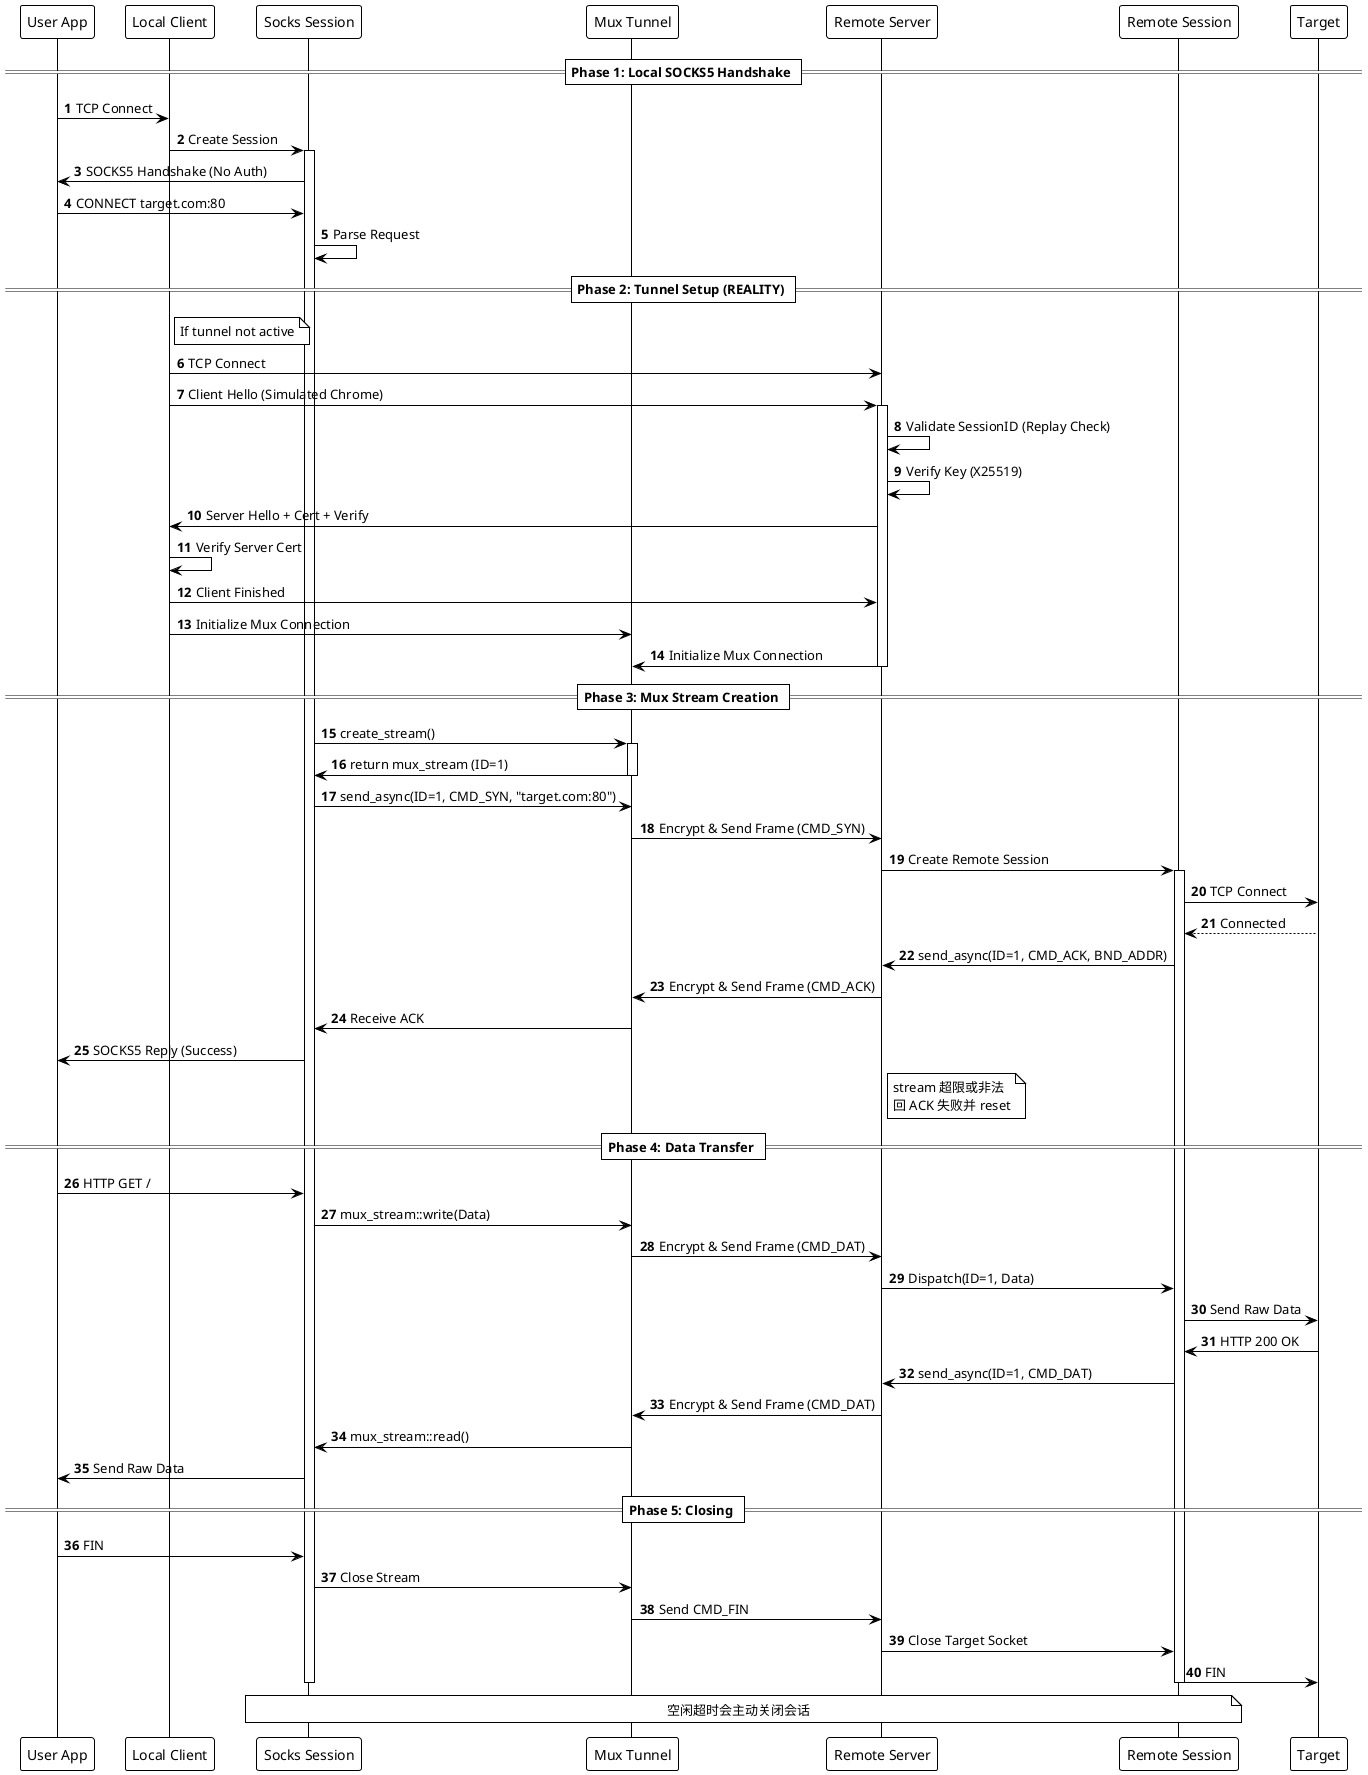
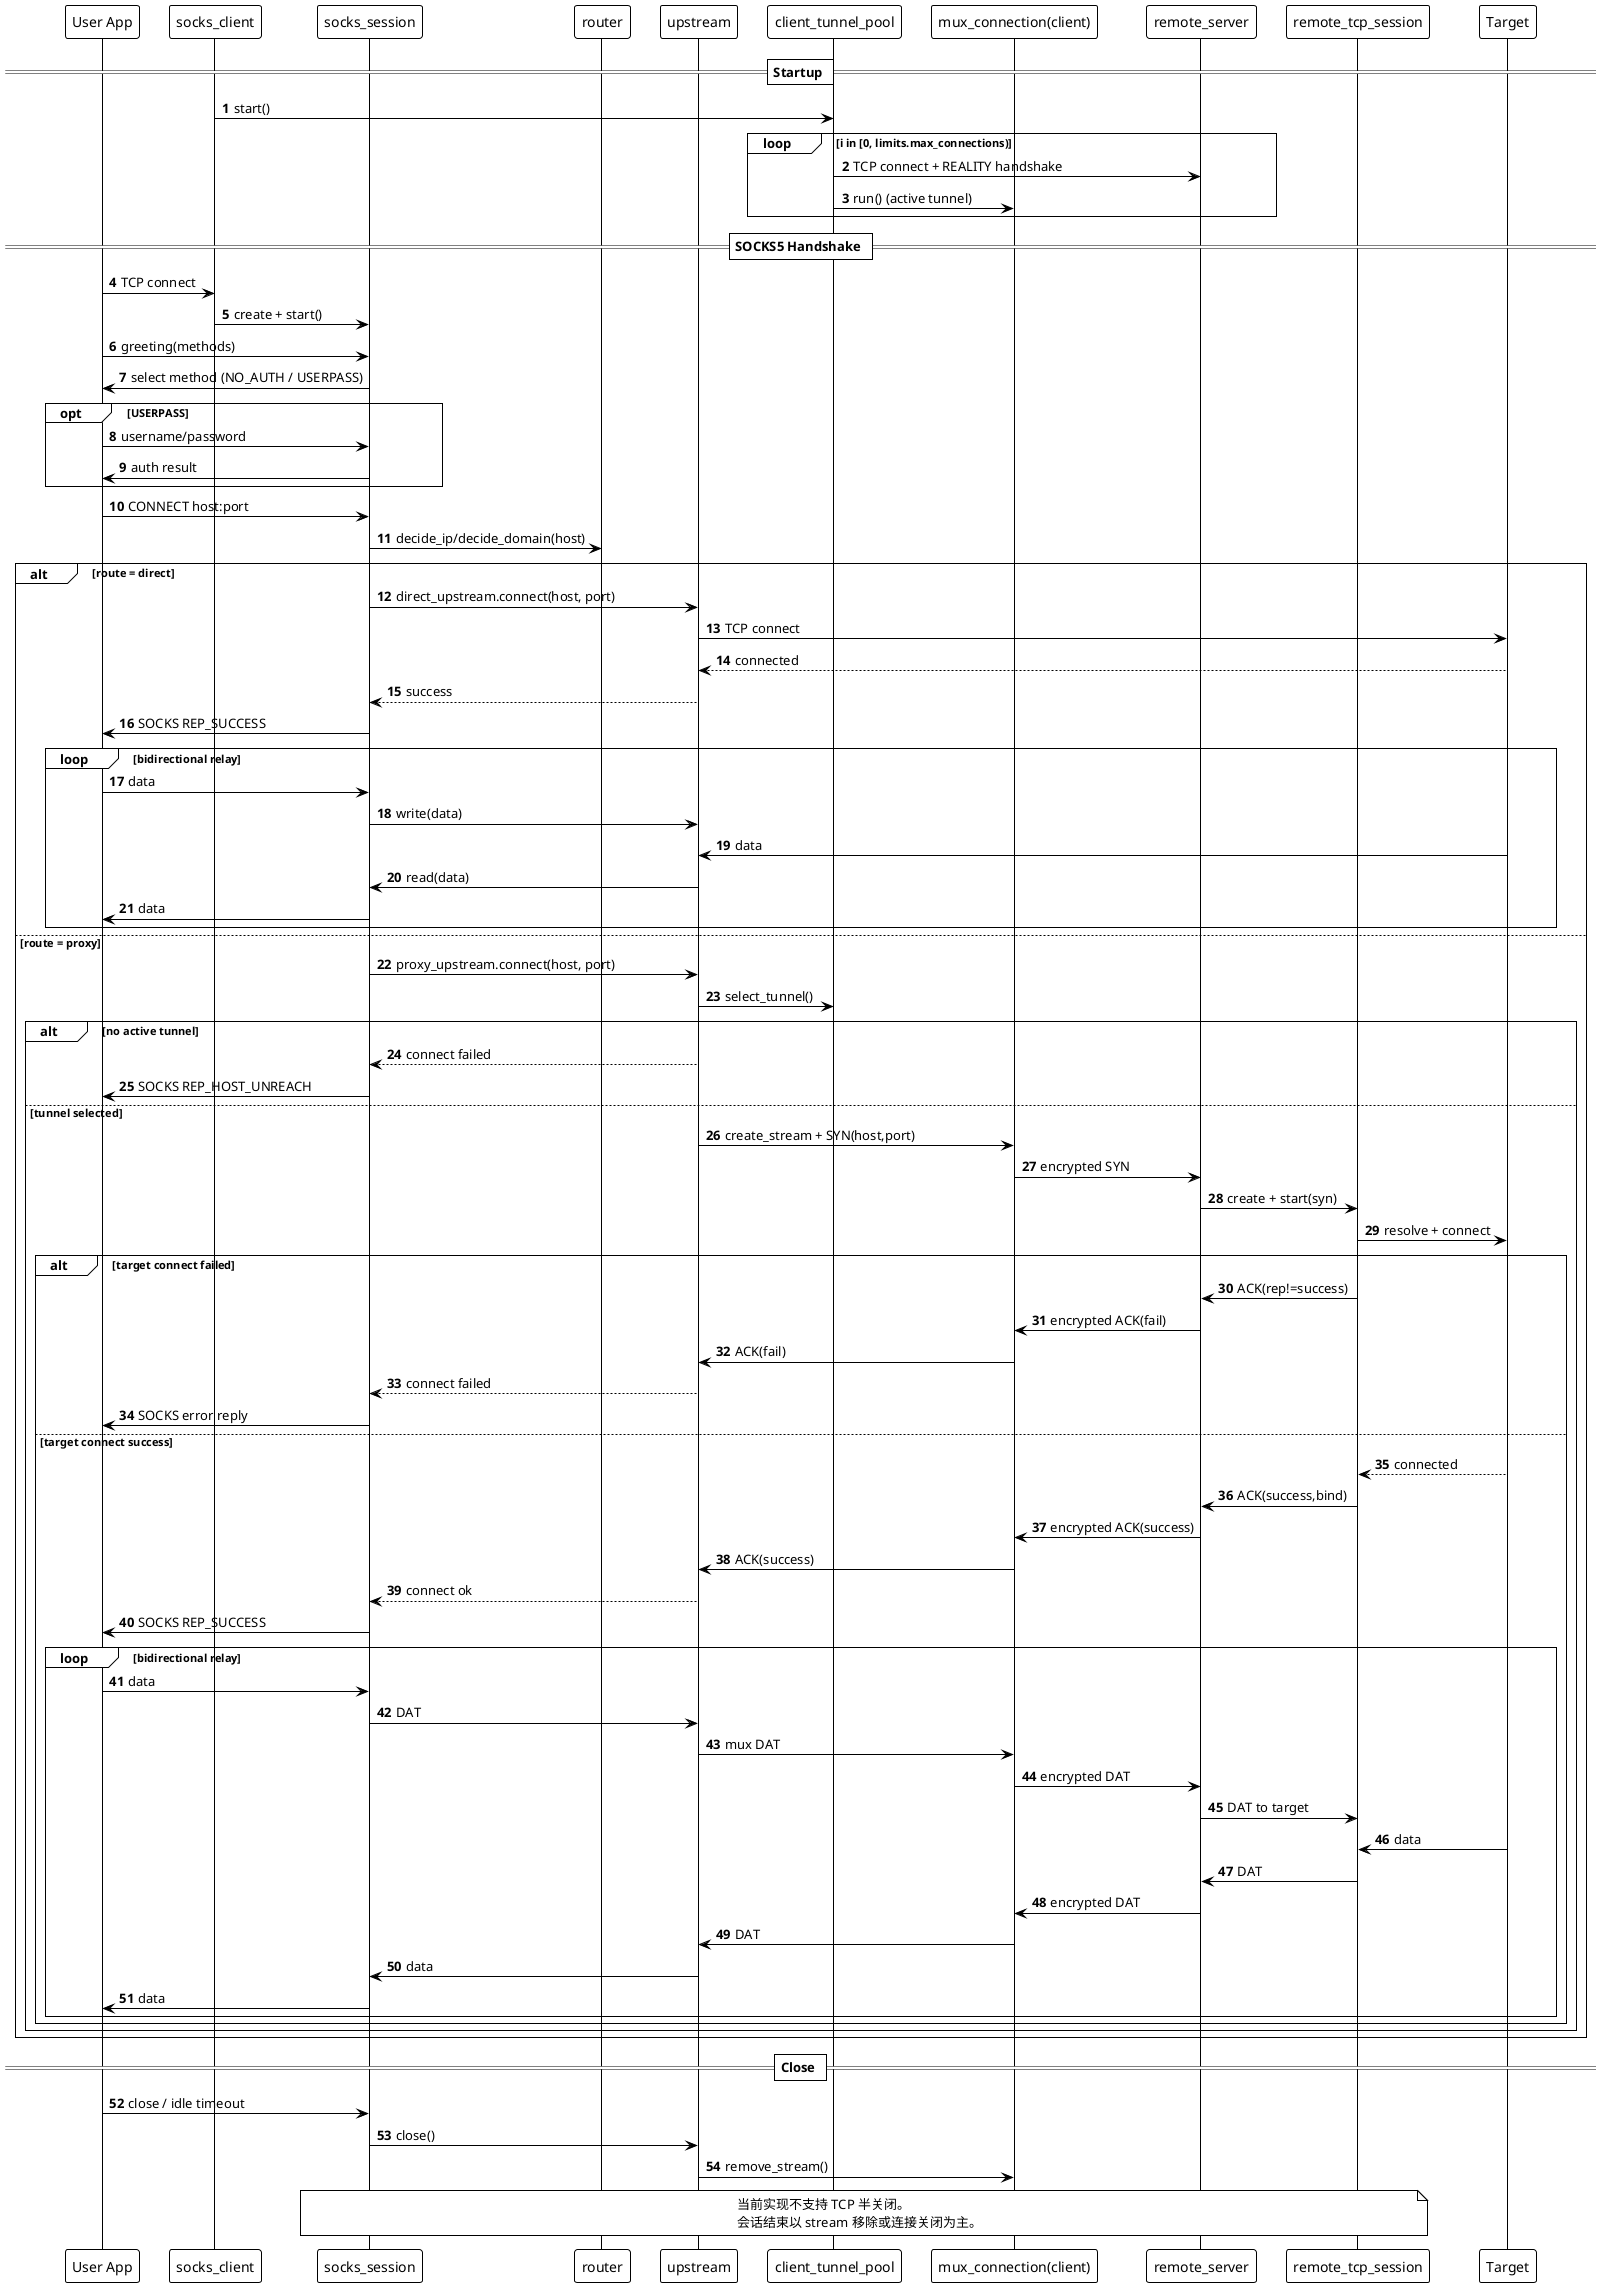
@startuml
!theme plain
autonumber

participant "User App" as App
- participant "Local Client" as LocalClient
- participant "Socks Session" as Socks
- participant "Mux Tunnel" as Tunnel
- participant "Remote Server" as Server
- participant "Remote Session" as Remote
+ participant "socks_client" as SocksClient
+ participant "socks_session" as SocksSession
+ participant "router" as Router
+ participant "upstream" as Upstream
+ participant "client_tunnel_pool" as TunnelPool
+ participant "mux_connection(client)" as ClientMux
+ participant "remote_server" as RemoteServer
+ participant "remote_tcp_session" as RemoteTcp
participant "Target" as Target

- == Phase 1: Local SOCKS5 Handshake ==
- App -> LocalClient: TCP Connect
- LocalClient -> Socks: Create Session
- activate Socks
- Socks -> App: SOCKS5 Handshake (No Auth)
- App -> Socks: CONNECT target.com:80
- Socks -> Socks: Parse Request
+ == Startup ==
+ SocksClient -> TunnelPool: start()
+ loop i in [0, limits.max_connections)
+   TunnelPool -> RemoteServer: TCP connect + REALITY handshake
+   TunnelPool -> ClientMux: run() (active tunnel)
+ end

- == Phase 2: Tunnel Setup (REALITY) ==
- note right of LocalClient: If tunnel not active
- LocalClient -> Server: TCP Connect
- LocalClient -> Server: Client Hello (Simulated Chrome)
- activate Server
- Server -> Server: Validate SessionID (Replay Check)
- Server -> Server: Verify Key (X25519)
- Server -> LocalClient: Server Hello + Cert + Verify
- LocalClient -> LocalClient: Verify Server Cert
- LocalClient -> Server: Client Finished
- LocalClient -> Tunnel: Initialize Mux Connection
- Server -> Tunnel: Initialize Mux Connection
- deactivate Server
+ == SOCKS5 Handshake ==
+ App -> SocksClient: TCP connect
+ SocksClient -> SocksSession: create + start()
+ App -> SocksSession: greeting(methods)
+ SocksSession -> App: select method (NO_AUTH / USERPASS)
+ opt USERPASS
+   App -> SocksSession: username/password
+   SocksSession -> App: auth result
+ end

- == Phase 3: Mux Stream Creation ==
- Socks -> Tunnel: create_stream()
- activate Tunnel
- Tunnel -> Socks: return mux_stream (ID=1)
- deactivate Tunnel
+ App -> SocksSession: CONNECT host:port
+ SocksSession -> Router: decide_ip/decide_domain(host)

- Socks -> Tunnel: send_async(ID=1, CMD_SYN, "target.com:80")
- Tunnel -> Server: Encrypt & Send Frame (CMD_SYN)
+ alt route = direct
+   SocksSession -> Upstream: direct_upstream.connect(host, port)
+   Upstream -> Target: TCP connect
+   Target --> Upstream: connected
+   Upstream --> SocksSession: success
+   SocksSession -> App: SOCKS REP_SUCCESS
+   loop bidirectional relay
+     App -> SocksSession: data
+     SocksSession -> Upstream: write(data)
+     Target -> Upstream: data
+     Upstream -> SocksSession: read(data)
+     SocksSession -> App: data
+   end
+ else route = proxy
+   SocksSession -> Upstream: proxy_upstream.connect(host, port)
+   Upstream -> TunnelPool: select_tunnel()

- Server -> Remote: Create Remote Session
- activate Remote
- Remote -> Target: TCP Connect
- Target --> Remote: Connected
- Remote -> Server: send_async(ID=1, CMD_ACK, BND_ADDR)
- Server -> Tunnel: Encrypt & Send Frame (CMD_ACK)
- Tunnel -> Socks: Receive ACK
- Socks -> App: SOCKS5 Reply (Success)
+   alt no active tunnel
+     Upstream --> SocksSession: connect failed
+     SocksSession -> App: SOCKS REP_HOST_UNREACH
+   else tunnel selected
+     Upstream -> ClientMux: create_stream + SYN(host,port)
+     ClientMux -> RemoteServer: encrypted SYN
+     RemoteServer -> RemoteTcp: create + start(syn)
+     RemoteTcp -> Target: resolve + connect

- note right of Server
-   stream 超限或非法
-   回 ACK 失败并 reset
- end note
+     alt target connect failed
+       RemoteTcp -> RemoteServer: ACK(rep!=success)
+       RemoteServer -> ClientMux: encrypted ACK(fail)
+       ClientMux -> Upstream: ACK(fail)
+       Upstream --> SocksSession: connect failed
+       SocksSession -> App: SOCKS error reply
+     else target connect success
+       Target --> RemoteTcp: connected
+       RemoteTcp -> RemoteServer: ACK(success,bind)
+       RemoteServer -> ClientMux: encrypted ACK(success)
+       ClientMux -> Upstream: ACK(success)
+       Upstream --> SocksSession: connect ok
+       SocksSession -> App: SOCKS REP_SUCCESS

- == Phase 4: Data Transfer ==
- App -> Socks: HTTP GET /
- Socks -> Tunnel: mux_stream::write(Data)
- Tunnel -> Server: Encrypt & Send Frame (CMD_DAT)
- Server -> Remote: Dispatch(ID=1, Data)
- Remote -> Target: Send Raw Data
+       loop bidirectional relay
+         App -> SocksSession: data
+         SocksSession -> Upstream: DAT
+         Upstream -> ClientMux: mux DAT
+         ClientMux -> RemoteServer: encrypted DAT
+         RemoteServer -> RemoteTcp: DAT to target

- Target -> Remote: HTTP 200 OK
- Remote -> Server: send_async(ID=1, CMD_DAT)
- Server -> Tunnel: Encrypt & Send Frame (CMD_DAT)
- Tunnel -> Socks: mux_stream::read()
- Socks -> App: Send Raw Data
+         Target -> RemoteTcp: data
+         RemoteTcp -> RemoteServer: DAT
+         RemoteServer -> ClientMux: encrypted DAT
+         ClientMux -> Upstream: DAT
+         Upstream -> SocksSession: data
+         SocksSession -> App: data
+       end
+     end
+   end
+ end

- == Phase 5: Closing ==
- App -> Socks: FIN
- Socks -> Tunnel: Close Stream
- Tunnel -> Server: Send CMD_FIN
- Server -> Remote: Close Target Socket
- Remote -> Target: FIN
- deactivate Remote
- deactivate Socks
+ == Close ==
+ App -> SocksSession: close / idle timeout
+ SocksSession -> Upstream: close()
+ Upstream -> ClientMux: remove_stream()

- note over Socks, Remote
-   空闲超时会主动关闭会话
+ note over SocksSession, RemoteTcp
+   当前实现不支持 TCP 半关闭。
+   会话结束以 stream 移除或连接关闭为主。
end note

@enduml
